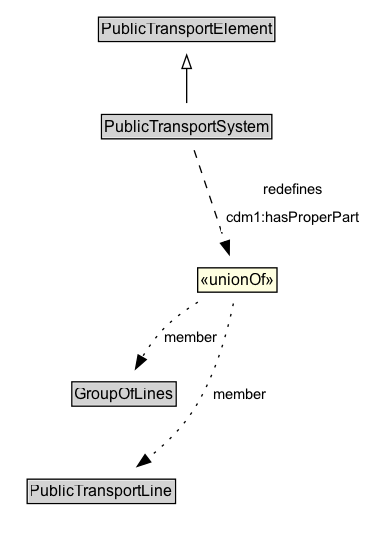
ISO-TC204/ontology-cdm-p3-v1 keeps this Graphviz diagram as docs/diagrams/PublicTransportSystem.dot.png. Above is the earlier version. Its source is kept beside it as docs/diagrams/PublicTransportSystem.dot.
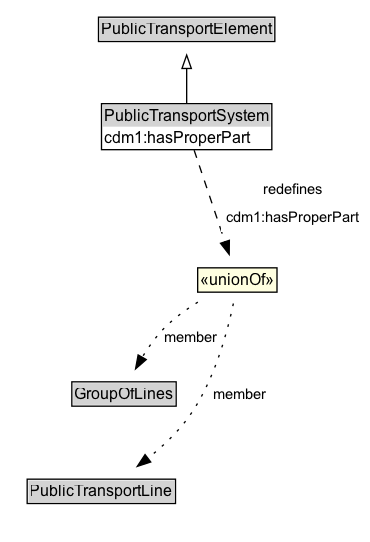
After the commit.

What changed in the source:
```diff
@@ -6,7 +6,7 @@
 		rank=source
 		PublicTransportElement [label=<<TABLE BORDER="1" CELLBORDER="0" CELLSPACING="0" CELLPADDING="1"><TR><TD BGCOLOR="lightgray" ALIGN="CENTER">PublicTransportElement</TD></TR></TABLE>> URL="../PublicTransportElement" margin=0]
 	}
-	PublicTransportSystem [label=<<TABLE BORDER="1" CELLBORDER="0" CELLSPACING="0" CELLPADDING="1"><TR><TD BGCOLOR="lightgray" ALIGN="CENTER">PublicTransportSystem</TD></TR></TABLE>> URL="../PublicTransportSystem" margin=0]
+	PublicTransportSystem [label=<<TABLE BORDER="1" CELLBORDER="0" CELLSPACING="0" CELLPADDING="1"><TR><TD BGCOLOR="lightgray" ALIGN="CENTER">PublicTransportSystem</TD></TR><TR><TD ALIGN="LEFT">cdm1:hasProperPart</TD></TR></TABLE>> URL="../PublicTransportSystem" margin=0]
 	{
 		rank=max
 	}
@@ -20,10 +20,10 @@
 	PublicTransportSystem -> Invis [style=invis]
 	Invis -> GroupOfLines [style=invis]
 	GroupOfLines -> PublicTransportLine [style=invis]
-	nc3144c12940a453680b2771f0254c15eb19 [label=<<TABLE BORDER="1" CELLBORDER="0" CELLSPACING="0" CELLPADDING="1" BGCOLOR="lightyellow"><TR><TD ALIGN="CENTER">«unionOf»</TD></TR></TABLE>> margin=0]
+	n5ea7745936ba4610886a1ff6ddb325abb19 [label=<<TABLE BORDER="1" CELLBORDER="0" CELLSPACING="0" CELLPADDING="1" BGCOLOR="lightyellow"><TR><TD ALIGN="CENTER">«unionOf»</TD></TR></TABLE>> margin=0]
 	GroupOfLines [label=<<TABLE BORDER="1" CELLBORDER="0" CELLSPACING="0" CELLPADDING="1"><TR><TD BGCOLOR="lightgray" ALIGN="CENTER">GroupOfLines</TD></TR></TABLE>> URL="../GroupOfLines" margin=0]
-	nc3144c12940a453680b2771f0254c15eb19 -> GroupOfLines [label=member arrowhead=normal style=dotted]
+	n5ea7745936ba4610886a1ff6ddb325abb19 -> GroupOfLines [label=member arrowhead=normal style=dotted]
 	PublicTransportLine [label=<<TABLE BORDER="1" CELLBORDER="0" CELLSPACING="0" CELLPADDING="1"><TR><TD BGCOLOR="lightgray" ALIGN="CENTER">PublicTransportLine</TD></TR></TABLE>> URL="../PublicTransportLine" margin=0]
-	nc3144c12940a453680b2771f0254c15eb19 -> PublicTransportLine [label=member arrowhead=normal style=dotted]
-	PublicTransportSystem -> nc3144c12940a453680b2771f0254c15eb19 [label=<<TABLE BORDER="0" CELLBORDER="0" CELLSPACING="0" CELLPADDING="4" BGCOLOR="white"><TR><TD ALIGN="CENTER">redefines</TD></TR><TR><TD ALIGN="CENTER">cdm1:hasProperPart</TD></TR></TABLE>> arrowhead=normal style=dashed]
+	n5ea7745936ba4610886a1ff6ddb325abb19 -> PublicTransportLine [label=member arrowhead=normal style=dotted]
+	PublicTransportSystem -> n5ea7745936ba4610886a1ff6ddb325abb19 [label=<<TABLE BORDER="0" CELLBORDER="0" CELLSPACING="0" CELLPADDING="4" BGCOLOR="white"><TR><TD ALIGN="CENTER">redefines</TD></TR><TR><TD ALIGN="CENTER">cdm1:hasProperPart</TD></TR></TABLE>> arrowhead=normal style=dashed]
 }
```
